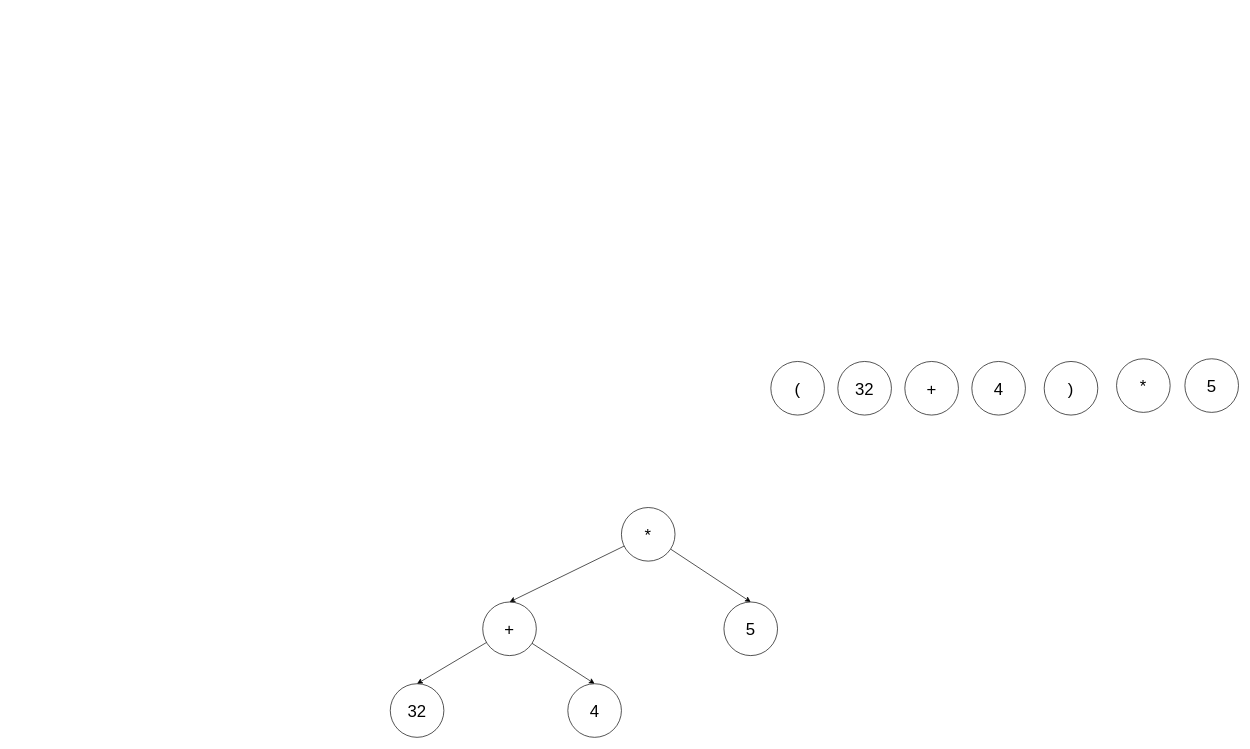
Before: page "3. testParenthesisPrecedence" (3 of 4) of 02022024_ExpresionAritmeticaAArbol/other/CasosDePrueba.drawio in malonso-url/url2024lfa1, a draw.io diagram. Source tidied: cells renumbered, new cells numbered last; positions are measured from the earlier drawing's top-left corner, leaving out a move shared by most shapes. Both pictures are drawn from the tidied source at 67%, with x=0, y=0 at pixel (390, 358).
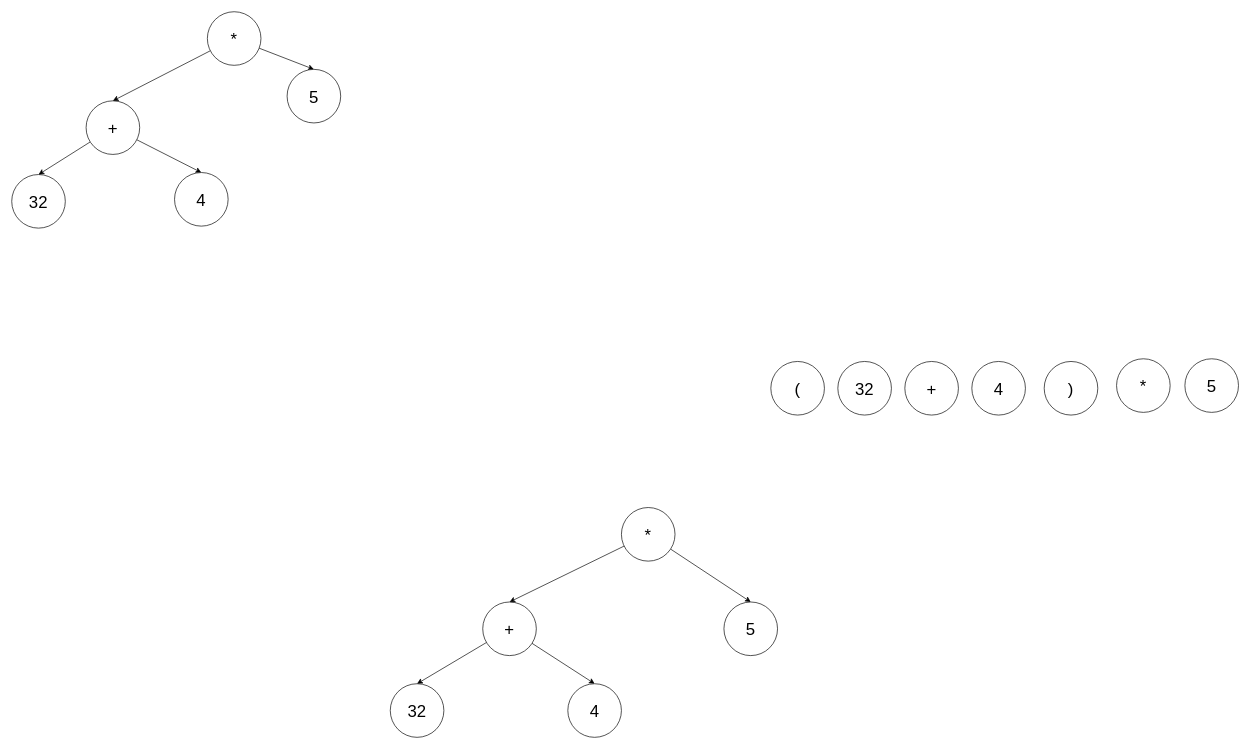
The same page after the edit.

The edit, as a diff of the source:
```diff
@@
+    <mxCell id="18" value="32" style="ellipse;whiteSpace=wrap;html=1;fontSize=25;" parent="1" vertex="1">
+      <mxGeometry x="-565" y="-275" width="80" height="80" as="geometry" />
+    </mxCell>
+    <mxCell id="19" style="edgeStyle=none;shape=connector;rounded=0;jettySize=auto;html=1;entryX=0.5;entryY=0;entryDx=0;entryDy=0;labelBackgroundColor=default;strokeColor=default;align=center;verticalAlign=middle;fontFamily=Helvetica;fontSize=11;fontColor=default;endArrow=classic;" parent="1" edge="1" source="21" target="22">
+      <mxGeometry relative="1" as="geometry" />
+    </mxCell>
+    <mxCell id="20" style="edgeStyle=none;shape=connector;rounded=0;jettySize=auto;html=1;entryX=0.5;entryY=0;entryDx=0;entryDy=0;labelBackgroundColor=default;strokeColor=default;align=center;verticalAlign=middle;fontFamily=Helvetica;fontSize=11;fontColor=default;endArrow=classic;" parent="1" edge="1" source="21" target="18">
+      <mxGeometry relative="1" as="geometry" />
+    </mxCell>
+    <mxCell id="21" value="+" style="ellipse;whiteSpace=wrap;html=1;fontSize=25;" parent="1" vertex="1">
+      <mxGeometry x="-454" y="-385" width="80" height="80" as="geometry" />
+    </mxCell>
+    <mxCell id="22" value="4" style="ellipse;whiteSpace=wrap;html=1;fontSize=25;" parent="1" vertex="1">
+      <mxGeometry x="-322" y="-278" width="80" height="80" as="geometry" />
+    </mxCell>
+    <mxCell id="23" style="edgeStyle=none;shape=connector;rounded=0;jettySize=auto;html=1;entryX=0.5;entryY=0;entryDx=0;entryDy=0;labelBackgroundColor=default;strokeColor=default;align=center;verticalAlign=middle;fontFamily=Helvetica;fontSize=11;fontColor=default;endArrow=classic;" parent="1" edge="1" source="25" target="21">
+      <mxGeometry relative="1" as="geometry" />
+    </mxCell>
+    <mxCell id="24" style="edgeStyle=none;shape=connector;rounded=0;jettySize=auto;html=1;entryX=0.5;entryY=0;entryDx=0;entryDy=0;labelBackgroundColor=default;strokeColor=default;align=center;verticalAlign=middle;fontFamily=Helvetica;fontSize=11;fontColor=default;endArrow=classic;" parent="1" edge="1" source="25" target="26">
+      <mxGeometry relative="1" as="geometry" />
+    </mxCell>
+    <mxCell id="25" value="*" style="ellipse;whiteSpace=wrap;html=1;fontSize=25;" parent="1" vertex="1">
+      <mxGeometry x="-273" y="-518" width="80" height="80" as="geometry" />
+    </mxCell>
+    <mxCell id="26" value="5" style="ellipse;whiteSpace=wrap;html=1;fontSize=25;" parent="1" vertex="1">
+      <mxGeometry x="-154" y="-432" width="80" height="80" as="geometry" />
+    </mxCell>
```
